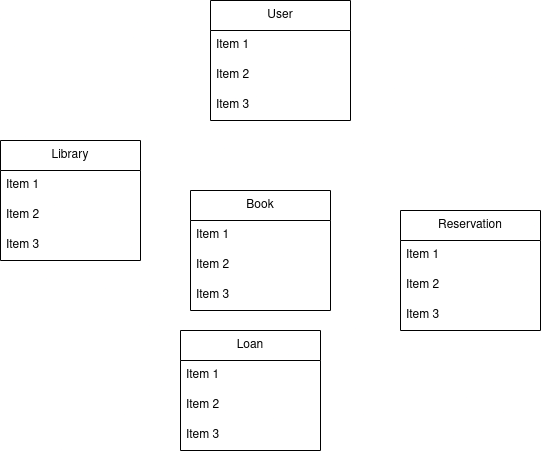
Above: proyecto/classdiagram/classdiagramlibrary.png in mackstm/ets (draw.io), before the change. Source tidied: cells renumbered, new cells last; positions are measured from the earlier drawing's top-left corner, leaving out a move shared by most shapes. Its diagram source:
```xml
<mxGraphModel background="#ffffff">
  <root>
    <mxCell id="0" />
    <mxCell id="1" parent="0" />
    <mxCell id="2" value="Book" style="swimlane;fontStyle=0;horizontal=1;startSize=30;whiteSpace=wrap;html=1;" parent="1" vertex="1">
      <mxGeometry x="190" y="190" width="140" height="120" as="geometry" />
    </mxCell>
    <mxCell id="3" value="Item 1" style="text;strokeColor=none;fillColor=none;align=left;verticalAlign=middle;spacingLeft=4;spacingRight=4;overflow=hidden;whiteSpace=wrap;html=1;" parent="2" vertex="1">
      <mxGeometry y="30" width="140" height="30" as="geometry" />
    </mxCell>
    <mxCell id="4" value="Item 2" style="text;strokeColor=none;fillColor=none;align=left;verticalAlign=middle;spacingLeft=4;spacingRight=4;overflow=hidden;whiteSpace=wrap;html=1;" parent="2" vertex="1">
      <mxGeometry y="60" width="140" height="30" as="geometry" />
    </mxCell>
    <mxCell id="5" value="Item 3" style="text;strokeColor=none;fillColor=none;align=left;verticalAlign=middle;spacingLeft=4;spacingRight=4;overflow=hidden;whiteSpace=wrap;html=1;" parent="2" vertex="1">
      <mxGeometry y="90" width="140" height="30" as="geometry" />
    </mxCell>
    <mxCell id="6" value="Reservation" style="swimlane;fontStyle=0;horizontal=1;startSize=30;whiteSpace=wrap;html=1;" parent="1" vertex="1">
      <mxGeometry x="400" y="210" width="140" height="120" as="geometry" />
    </mxCell>
    <mxCell id="7" value="Item 1" style="text;strokeColor=none;fillColor=none;align=left;verticalAlign=middle;spacingLeft=4;spacingRight=4;overflow=hidden;whiteSpace=wrap;html=1;" parent="6" vertex="1">
      <mxGeometry y="30" width="140" height="30" as="geometry" />
    </mxCell>
    <mxCell id="8" value="Item 2" style="text;strokeColor=none;fillColor=none;align=left;verticalAlign=middle;spacingLeft=4;spacingRight=4;overflow=hidden;whiteSpace=wrap;html=1;" parent="6" vertex="1">
      <mxGeometry y="60" width="140" height="30" as="geometry" />
    </mxCell>
    <mxCell id="9" value="Item 3" style="text;strokeColor=none;fillColor=none;align=left;verticalAlign=middle;spacingLeft=4;spacingRight=4;overflow=hidden;whiteSpace=wrap;html=1;" parent="6" vertex="1">
      <mxGeometry y="90" width="140" height="30" as="geometry" />
    </mxCell>
    <mxCell id="10" value="Loan" style="swimlane;fontStyle=0;horizontal=1;startSize=30;whiteSpace=wrap;html=1;" parent="1" vertex="1">
      <mxGeometry x="180" y="330" width="140" height="120" as="geometry" />
    </mxCell>
    <mxCell id="11" value="Item 1" style="text;strokeColor=none;fillColor=none;align=left;verticalAlign=middle;spacingLeft=4;spacingRight=4;overflow=hidden;whiteSpace=wrap;html=1;" parent="10" vertex="1">
      <mxGeometry y="30" width="140" height="30" as="geometry" />
    </mxCell>
    <mxCell id="12" value="Item 2" style="text;strokeColor=none;fillColor=none;align=left;verticalAlign=middle;spacingLeft=4;spacingRight=4;overflow=hidden;whiteSpace=wrap;html=1;" parent="10" vertex="1">
      <mxGeometry y="60" width="140" height="30" as="geometry" />
    </mxCell>
    <mxCell id="13" value="Item 3" style="text;strokeColor=none;fillColor=none;align=left;verticalAlign=middle;spacingLeft=4;spacingRight=4;overflow=hidden;whiteSpace=wrap;html=1;" parent="10" vertex="1">
      <mxGeometry y="90" width="140" height="30" as="geometry" />
    </mxCell>
    <mxCell id="14" value="User" style="swimlane;fontStyle=0;horizontal=1;startSize=30;whiteSpace=wrap;html=1;" parent="1" vertex="1">
      <mxGeometry x="210" width="140" height="120" as="geometry" />
    </mxCell>
    <mxCell id="15" value="Item 1" style="text;strokeColor=none;fillColor=none;align=left;verticalAlign=middle;spacingLeft=4;spacingRight=4;overflow=hidden;whiteSpace=wrap;html=1;" parent="14" vertex="1">
      <mxGeometry y="30" width="140" height="30" as="geometry" />
    </mxCell>
    <mxCell id="16" value="Item 2" style="text;strokeColor=none;fillColor=none;align=left;verticalAlign=middle;spacingLeft=4;spacingRight=4;overflow=hidden;whiteSpace=wrap;html=1;" parent="14" vertex="1">
      <mxGeometry y="60" width="140" height="30" as="geometry" />
    </mxCell>
    <mxCell id="17" value="Item 3" style="text;strokeColor=none;fillColor=none;align=left;verticalAlign=middle;spacingLeft=4;spacingRight=4;overflow=hidden;whiteSpace=wrap;html=1;" parent="14" vertex="1">
      <mxGeometry y="90" width="140" height="30" as="geometry" />
    </mxCell>
    <mxCell id="18" value="Library" style="swimlane;fontStyle=0;horizontal=1;startSize=30;whiteSpace=wrap;html=1;" parent="1" vertex="1">
      <mxGeometry y="140" width="140" height="120" as="geometry" />
    </mxCell>
    <mxCell id="19" value="Item 1" style="text;strokeColor=none;fillColor=none;align=left;verticalAlign=middle;spacingLeft=4;spacingRight=4;overflow=hidden;whiteSpace=wrap;html=1;" parent="18" vertex="1">
      <mxGeometry y="30" width="140" height="30" as="geometry" />
    </mxCell>
    <mxCell id="20" value="Item 2" style="text;strokeColor=none;fillColor=none;align=left;verticalAlign=middle;spacingLeft=4;spacingRight=4;overflow=hidden;whiteSpace=wrap;html=1;" parent="18" vertex="1">
      <mxGeometry y="60" width="140" height="30" as="geometry" />
    </mxCell>
    <mxCell id="21" value="Item 3" style="text;strokeColor=none;fillColor=none;align=left;verticalAlign=middle;spacingLeft=4;spacingRight=4;overflow=hidden;whiteSpace=wrap;html=1;" parent="18" vertex="1">
      <mxGeometry y="90" width="140" height="30" as="geometry" />
    </mxCell>
  </root>
</mxGraphModel>
```
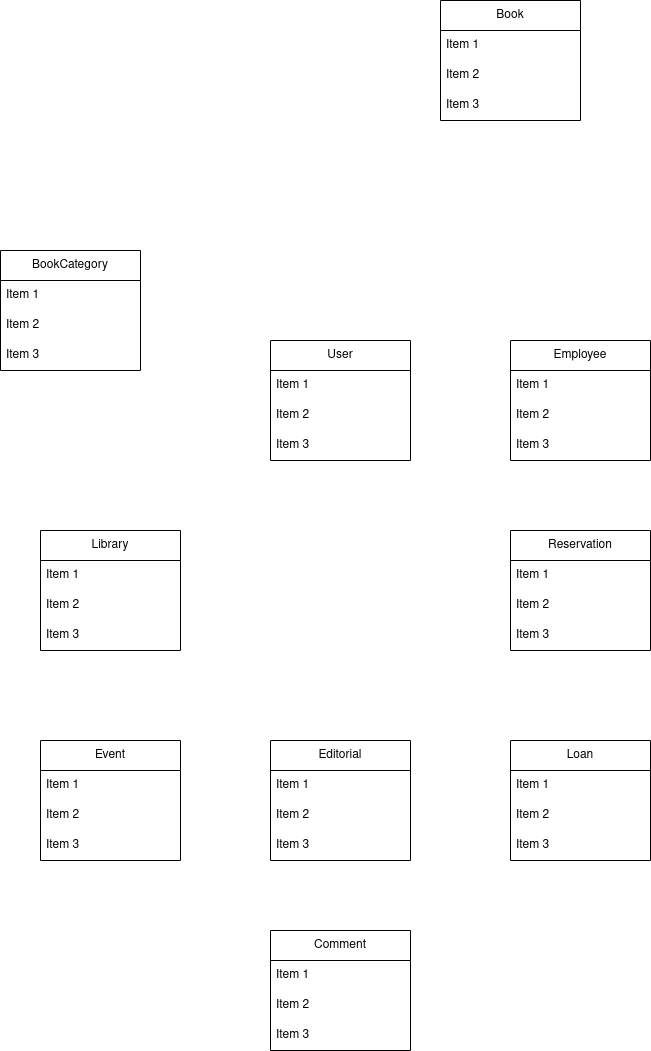
After the commit.

What changed in the source:
```diff
@@ -3,7 +3,7 @@
     <mxCell id="0" />
     <mxCell id="1" parent="0" />
     <mxCell id="2" value="Book" style="swimlane;fontStyle=0;horizontal=1;startSize=30;whiteSpace=wrap;html=1;" parent="1" vertex="1">
-      <mxGeometry x="190" y="190" width="140" height="120" as="geometry" />
+      <mxGeometry x="360" y="-340" width="140" height="120" as="geometry" />
     </mxCell>
     <mxCell id="3" value="Item 1" style="text;strokeColor=none;fillColor=none;align=left;verticalAlign=middle;spacingLeft=4;spacingRight=4;overflow=hidden;whiteSpace=wrap;html=1;" parent="2" vertex="1">
       <mxGeometry y="30" width="140" height="30" as="geometry" />
@@ -15,7 +15,7 @@
       <mxGeometry y="90" width="140" height="30" as="geometry" />
     </mxCell>
     <mxCell id="6" value="Reservation" style="swimlane;fontStyle=0;horizontal=1;startSize=30;whiteSpace=wrap;html=1;" parent="1" vertex="1">
-      <mxGeometry x="400" y="210" width="140" height="120" as="geometry" />
+      <mxGeometry x="430" y="190" width="140" height="120" as="geometry" />
     </mxCell>
     <mxCell id="7" value="Item 1" style="text;strokeColor=none;fillColor=none;align=left;verticalAlign=middle;spacingLeft=4;spacingRight=4;overflow=hidden;whiteSpace=wrap;html=1;" parent="6" vertex="1">
       <mxGeometry y="30" width="140" height="30" as="geometry" />
@@ -27,7 +27,7 @@
       <mxGeometry y="90" width="140" height="30" as="geometry" />
     </mxCell>
     <mxCell id="10" value="Loan" style="swimlane;fontStyle=0;horizontal=1;startSize=30;whiteSpace=wrap;html=1;" parent="1" vertex="1">
-      <mxGeometry x="180" y="330" width="140" height="120" as="geometry" />
+      <mxGeometry x="430" y="400" width="140" height="120" as="geometry" />
     </mxCell>
     <mxCell id="11" value="Item 1" style="text;strokeColor=none;fillColor=none;align=left;verticalAlign=middle;spacingLeft=4;spacingRight=4;overflow=hidden;whiteSpace=wrap;html=1;" parent="10" vertex="1">
       <mxGeometry y="30" width="140" height="30" as="geometry" />
@@ -39,7 +39,7 @@
       <mxGeometry y="90" width="140" height="30" as="geometry" />
     </mxCell>
     <mxCell id="14" value="User" style="swimlane;fontStyle=0;horizontal=1;startSize=30;whiteSpace=wrap;html=1;" parent="1" vertex="1">
-      <mxGeometry x="210" width="140" height="120" as="geometry" />
+      <mxGeometry x="190" width="140" height="120" as="geometry" />
     </mxCell>
     <mxCell id="15" value="Item 1" style="text;strokeColor=none;fillColor=none;align=left;verticalAlign=middle;spacingLeft=4;spacingRight=4;overflow=hidden;whiteSpace=wrap;html=1;" parent="14" vertex="1">
       <mxGeometry y="30" width="140" height="30" as="geometry" />
@@ -51,7 +51,7 @@
       <mxGeometry y="90" width="140" height="30" as="geometry" />
     </mxCell>
     <mxCell id="18" value="Library" style="swimlane;fontStyle=0;horizontal=1;startSize=30;whiteSpace=wrap;html=1;" parent="1" vertex="1">
-      <mxGeometry y="140" width="140" height="120" as="geometry" />
+      <mxGeometry x="-40" y="190" width="140" height="120" as="geometry" />
     </mxCell>
     <mxCell id="19" value="Item 1" style="text;strokeColor=none;fillColor=none;align=left;verticalAlign=middle;spacingLeft=4;spacingRight=4;overflow=hidden;whiteSpace=wrap;html=1;" parent="18" vertex="1">
       <mxGeometry y="30" width="140" height="30" as="geometry" />
@@ -62,5 +62,65 @@
     <mxCell id="21" value="Item 3" style="text;strokeColor=none;fillColor=none;align=left;verticalAlign=middle;spacingLeft=4;spacingRight=4;overflow=hidden;whiteSpace=wrap;html=1;" parent="18" vertex="1">
       <mxGeometry y="90" width="140" height="30" as="geometry" />
     </mxCell>
+    <mxCell id="22" value="Employee" style="swimlane;fontStyle=0;horizontal=1;startSize=30;whiteSpace=wrap;html=1;" parent="1" vertex="1">
+      <mxGeometry x="430" width="140" height="120" as="geometry" />
+    </mxCell>
+    <mxCell id="23" value="Item 1" style="text;strokeColor=none;fillColor=none;align=left;verticalAlign=middle;spacingLeft=4;spacingRight=4;overflow=hidden;whiteSpace=wrap;html=1;" parent="22" vertex="1">
+      <mxGeometry y="30" width="140" height="30" as="geometry" />
+    </mxCell>
+    <mxCell id="24" value="Item 2" style="text;strokeColor=none;fillColor=none;align=left;verticalAlign=middle;spacingLeft=4;spacingRight=4;overflow=hidden;whiteSpace=wrap;html=1;" parent="22" vertex="1">
+      <mxGeometry y="60" width="140" height="30" as="geometry" />
+    </mxCell>
+    <mxCell id="25" value="Item 3" style="text;strokeColor=none;fillColor=none;align=left;verticalAlign=middle;spacingLeft=4;spacingRight=4;overflow=hidden;whiteSpace=wrap;html=1;" parent="22" vertex="1">
+      <mxGeometry y="90" width="140" height="30" as="geometry" />
+    </mxCell>
+    <mxCell id="26" value="BookCategory" style="swimlane;fontStyle=0;horizontal=1;startSize=30;whiteSpace=wrap;html=1;" parent="1" vertex="1">
+      <mxGeometry x="-80" y="-90" width="140" height="120" as="geometry" />
+    </mxCell>
+    <mxCell id="27" value="Item 1" style="text;strokeColor=none;fillColor=none;align=left;verticalAlign=middle;spacingLeft=4;spacingRight=4;overflow=hidden;whiteSpace=wrap;html=1;" parent="26" vertex="1">
+      <mxGeometry y="30" width="140" height="30" as="geometry" />
+    </mxCell>
+    <mxCell id="28" value="Item 2" style="text;strokeColor=none;fillColor=none;align=left;verticalAlign=middle;spacingLeft=4;spacingRight=4;overflow=hidden;whiteSpace=wrap;html=1;" parent="26" vertex="1">
+      <mxGeometry y="60" width="140" height="30" as="geometry" />
+    </mxCell>
+    <mxCell id="29" value="Item 3" style="text;strokeColor=none;fillColor=none;align=left;verticalAlign=middle;spacingLeft=4;spacingRight=4;overflow=hidden;whiteSpace=wrap;html=1;" parent="26" vertex="1">
+      <mxGeometry y="90" width="140" height="30" as="geometry" />
+    </mxCell>
+    <mxCell id="30" value="Editorial" style="swimlane;fontStyle=0;horizontal=1;startSize=30;whiteSpace=wrap;html=1;" parent="1" vertex="1">
+      <mxGeometry x="190" y="400" width="140" height="120" as="geometry" />
+    </mxCell>
+    <mxCell id="31" value="Item 1" style="text;strokeColor=none;fillColor=none;align=left;verticalAlign=middle;spacingLeft=4;spacingRight=4;overflow=hidden;whiteSpace=wrap;html=1;" parent="30" vertex="1">
+      <mxGeometry y="30" width="140" height="30" as="geometry" />
+    </mxCell>
+    <mxCell id="32" value="Item 2" style="text;strokeColor=none;fillColor=none;align=left;verticalAlign=middle;spacingLeft=4;spacingRight=4;overflow=hidden;whiteSpace=wrap;html=1;" parent="30" vertex="1">
+      <mxGeometry y="60" width="140" height="30" as="geometry" />
+    </mxCell>
+    <mxCell id="33" value="Item 3" style="text;strokeColor=none;fillColor=none;align=left;verticalAlign=middle;spacingLeft=4;spacingRight=4;overflow=hidden;whiteSpace=wrap;html=1;" parent="30" vertex="1">
+      <mxGeometry y="90" width="140" height="30" as="geometry" />
+    </mxCell>
+    <mxCell id="34" value="Event" style="swimlane;fontStyle=0;horizontal=1;startSize=30;whiteSpace=wrap;html=1;" parent="1" vertex="1">
+      <mxGeometry x="-40" y="400" width="140" height="120" as="geometry" />
+    </mxCell>
+    <mxCell id="35" value="Item 1" style="text;strokeColor=none;fillColor=none;align=left;verticalAlign=middle;spacingLeft=4;spacingRight=4;overflow=hidden;whiteSpace=wrap;html=1;" parent="34" vertex="1">
+      <mxGeometry y="30" width="140" height="30" as="geometry" />
+    </mxCell>
+    <mxCell id="36" value="Item 2" style="text;strokeColor=none;fillColor=none;align=left;verticalAlign=middle;spacingLeft=4;spacingRight=4;overflow=hidden;whiteSpace=wrap;html=1;" parent="34" vertex="1">
+      <mxGeometry y="60" width="140" height="30" as="geometry" />
+    </mxCell>
+    <mxCell id="37" value="Item 3" style="text;strokeColor=none;fillColor=none;align=left;verticalAlign=middle;spacingLeft=4;spacingRight=4;overflow=hidden;whiteSpace=wrap;html=1;" parent="34" vertex="1">
+      <mxGeometry y="90" width="140" height="30" as="geometry" />
+    </mxCell>
+    <mxCell id="38" value="Comment" style="swimlane;fontStyle=0;horizontal=1;startSize=30;whiteSpace=wrap;html=1;" parent="1" vertex="1">
+      <mxGeometry x="190" y="590" width="140" height="120" as="geometry" />
+    </mxCell>
+    <mxCell id="39" value="Item 1" style="text;strokeColor=none;fillColor=none;align=left;verticalAlign=middle;spacingLeft=4;spacingRight=4;overflow=hidden;whiteSpace=wrap;html=1;" parent="38" vertex="1">
+      <mxGeometry y="30" width="140" height="30" as="geometry" />
+    </mxCell>
+    <mxCell id="40" value="Item 2" style="text;strokeColor=none;fillColor=none;align=left;verticalAlign=middle;spacingLeft=4;spacingRight=4;overflow=hidden;whiteSpace=wrap;html=1;" parent="38" vertex="1">
+      <mxGeometry y="60" width="140" height="30" as="geometry" />
+    </mxCell>
+    <mxCell id="41" value="Item 3" style="text;strokeColor=none;fillColor=none;align=left;verticalAlign=middle;spacingLeft=4;spacingRight=4;overflow=hidden;whiteSpace=wrap;html=1;" parent="38" vertex="1">
+      <mxGeometry y="90" width="140" height="30" as="geometry" />
+    </mxCell>
   </root>
 </mxGraphModel>
```
